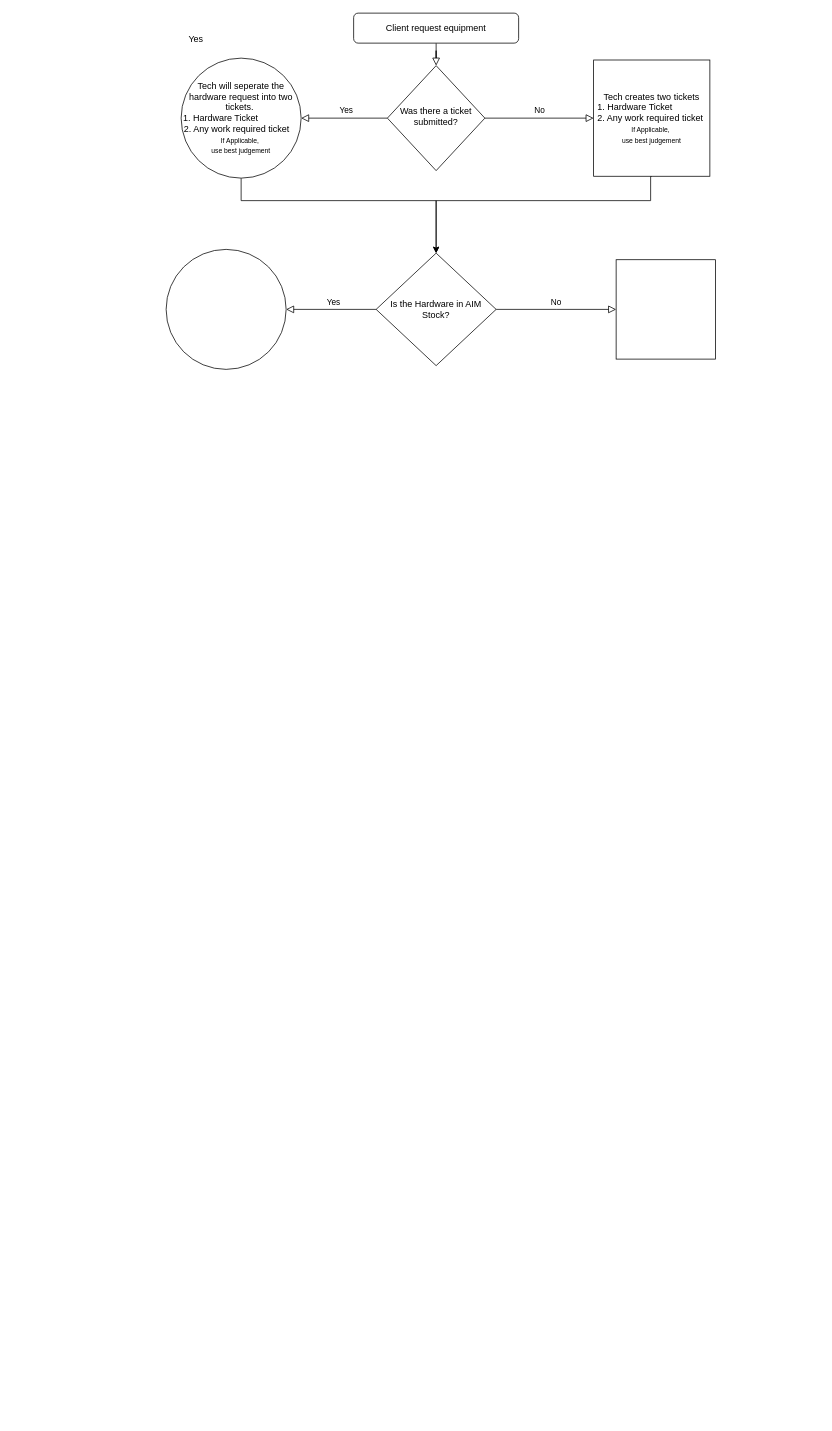
This is snipeflow.drawio from TribAdris/snipeflow, a draw.io file, before an edit. Source tidied: cells renumbered, new cells numbered last; positions are measured from the earlier drawing's top-left corner, leaving out a move shared by most shapes. Both pictures are drawn from the tidied source at 75%, with x=0, y=0 at pixel (166, 13).
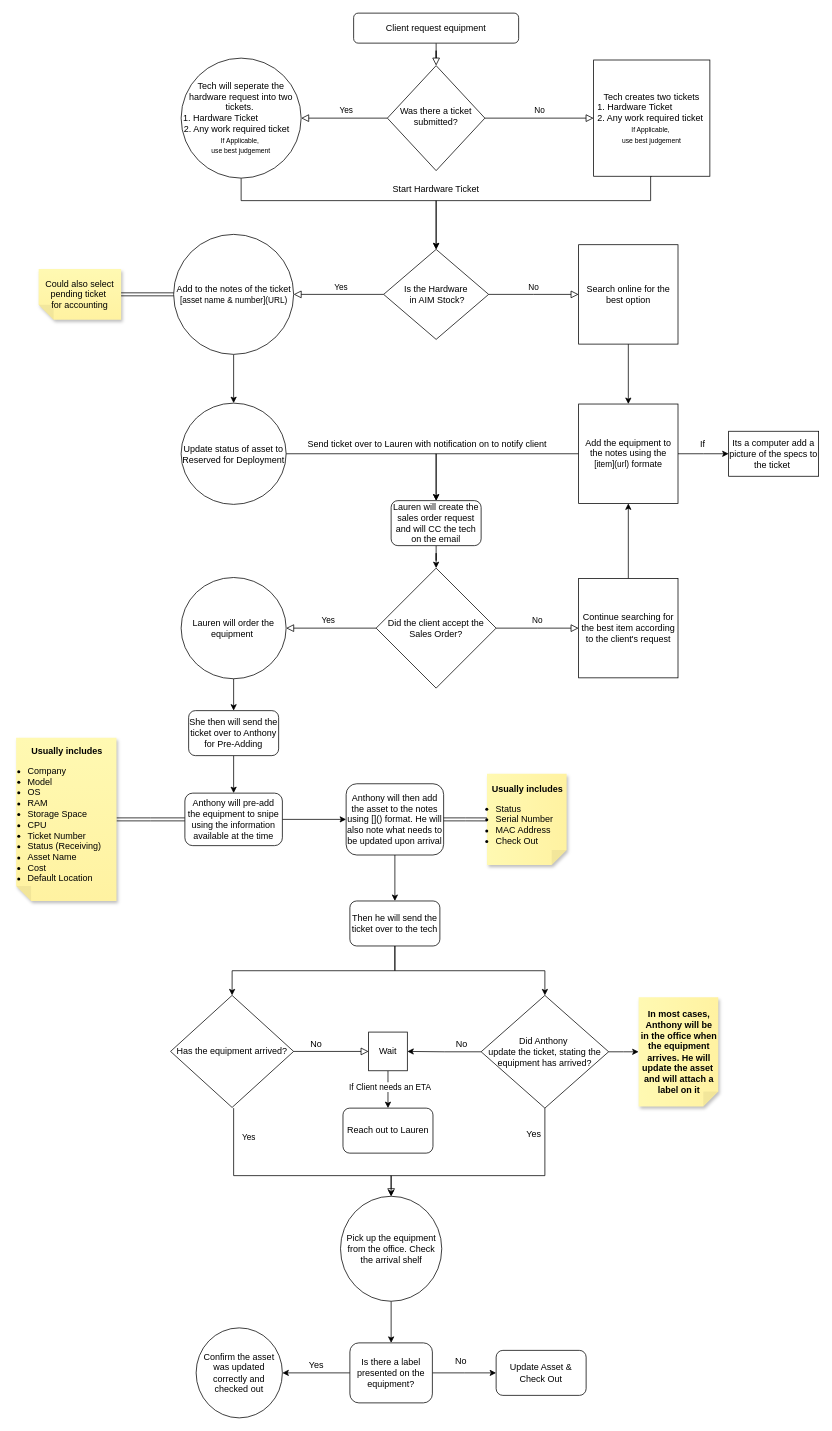
After the change.

Change to the diagram source:
```diff
@@
-    <mxCell id="7" value="Yes" style="text;strokeColor=none;align=center;fillColor=none;html=1;verticalAlign=middle;whiteSpace=wrap;rounded=0;" parent="1" vertex="1">
-      <mxGeometry x="10" y="20" width="60" height="30" as="geometry" />
-    </mxCell>
@@
-    <mxCell id="12" value="Is the Hardware in AIM Stock?" style="rhombus;whiteSpace=wrap;html=1;" parent="1" vertex="1">
-      <mxGeometry x="280" y="320" width="160" height="150" as="geometry" />
+    <mxCell id="12" value="Is the Hardware&lt;div&gt;&amp;nbsp;in AIM Stock?&lt;/div&gt;" style="rhombus;whiteSpace=wrap;html=1;" parent="1" vertex="1">
+      <mxGeometry x="290" y="315" width="140" height="120" as="geometry" />
     </mxCell>
@@
+    <mxCell id="17" style="edgeStyle=orthogonalEdgeStyle;rounded=0;jettySize=auto;html=1;" parent="1" edge="1" source="15" target="21">
+      <mxGeometry relative="1" as="geometry" />
+    </mxCell>
-    <mxCell id="15" style="ellipse;whiteSpace=wrap;html=1;" parent="1" vertex="1">
-      <mxGeometry y="315" width="160" height="160" as="geometry" />
+    <mxCell id="15" value="Add to the notes of the ticket&lt;br&gt;&lt;font style=&quot;font-size: 11px;&quot;&gt;[asset name &amp;amp; number](URL)&lt;/font&gt;" style="ellipse;whiteSpace=wrap;html=1;spacingLeft=1;spacingRight=0;" parent="1" vertex="1">
+      <mxGeometry x="10" y="295" width="160" height="160" as="geometry" />
     </mxCell>
+    <mxCell id="18" style="edgeStyle=orthogonalEdgeStyle;rounded=0;jettySize=auto;html=1;" parent="1" edge="1" source="16" target="24">
+      <mxGeometry relative="1" as="geometry" />
+    </mxCell>
-    <mxCell id="16" style="whiteSpace=wrap;html=1;" parent="1" vertex="1">
-      <mxGeometry x="600" y="328.8" width="132.5" height="132.5" as="geometry" />
+    <mxCell id="16" value="Search online for the best option" style="whiteSpace=wrap;html=1;" parent="1" vertex="1">
+      <mxGeometry x="550" y="308.8" width="132.5" height="132.5" as="geometry" />
     </mxCell>
+    <mxCell id="19" value="Start Hardware Ticket" style="text;strokeColor=none;align=center;fillColor=none;html=1;verticalAlign=middle;whiteSpace=wrap;rounded=0;" parent="1" vertex="1">
+      <mxGeometry x="288" y="220" width="144" height="30" as="geometry" />
+    </mxCell>
+    <mxCell id="20" style="edgeStyle=orthogonalEdgeStyle;rounded=0;jettySize=auto;html=1;entryX=0.5;entryY=0;entryDx=0;entryDy=0;" parent="1" edge="1" source="21" target="31">
+      <mxGeometry relative="1" as="geometry" />
+    </mxCell>
+    <mxCell id="21" value="Update status of asset to&lt;br&gt;Reserved for Deployment" style="ellipse;whiteSpace=wrap;html=1;" parent="1" vertex="1">
+      <mxGeometry x="20" y="520" width="140" height="135" as="geometry" />
+    </mxCell>
+    <mxCell id="22" style="edgeStyle=orthogonalEdgeStyle;rounded=0;jettySize=auto;html=1;" parent="1" edge="1" source="24" target="25">
+      <mxGeometry relative="1" as="geometry" />
+    </mxCell>
+    <mxCell id="23" style="edgeStyle=orthogonalEdgeStyle;rounded=0;jettySize=auto;html=1;entryX=0.5;entryY=0;entryDx=0;entryDy=0;" parent="1" edge="1" source="24" target="31">
+      <mxGeometry relative="1" as="geometry" />
+    </mxCell>
+    <mxCell id="24" value="Add the equipment to the notes using the &lt;font style=&quot;font-size: 11px;&quot;&gt;[item](url)&lt;/font&gt; formate" style="whiteSpace=wrap;html=1;" parent="1" vertex="1">
+      <mxGeometry x="550" y="521.2" width="132.5" height="132.5" as="geometry" />
+    </mxCell>
+    <mxCell id="25" value="Its a computer add a picture of the specs to the ticket&amp;nbsp;" style="whiteSpace=wrap;html=1;" parent="1" vertex="1">
+      <mxGeometry x="750" y="557.5" width="120" height="60" as="geometry" />
+    </mxCell>
+    <mxCell id="26" value="If" style="text;html=1;align=center;verticalAlign=middle;strokeColor=none;fillColor=none;" parent="1" vertex="1">
+      <mxGeometry x="700" y="560" width="30" height="30" as="geometry" />
+    </mxCell>
+    <mxCell id="27" value="Could also select pending ticket&amp;nbsp;&lt;div&gt;for accounting&lt;/div&gt;" style="shape=note;whiteSpace=wrap;html=1;backgroundOutline=1;fontColor=#000000;darkOpacity=0.05;fillColor=#FFF9B2;strokeColor=none;fillStyle=solid;direction=west;gradientDirection=north;gradientColor=#FFF2A1;shadow=1;size=20;" parent="1" vertex="1">
+      <mxGeometry x="-170" y="341.2" width="110" height="67.5" as="geometry" />
+    </mxCell>
+    <mxCell id="28" style="edgeStyle=orthogonalEdgeStyle;rounded=0;jettySize=auto;html=1;entryX=0;entryY=0.5;entryDx=0;entryDy=0;entryPerimeter=0;shape=link;" parent="1" edge="1" source="15" target="27">
+      <mxGeometry relative="1" as="geometry" />
+    </mxCell>
+    <mxCell id="29" value="Send ticket over to Lauren with notification on to notify client&amp;nbsp;" style="text;strokeColor=none;align=center;fillColor=none;html=1;verticalAlign=middle;whiteSpace=wrap;rounded=0;" parent="1" vertex="1">
+      <mxGeometry x="150" y="560" width="400" height="30" as="geometry" />
+    </mxCell>
+    <mxCell id="30" style="edgeStyle=orthogonalEdgeStyle;rounded=0;jettySize=auto;html=1;entryX=0.5;entryY=0;entryDx=0;entryDy=0;" parent="1" edge="1" source="31" target="32">
+      <mxGeometry relative="1" as="geometry" />
+    </mxCell>
+    <mxCell id="31" value="Lauren will create the sales order request and will CC the tech on the email" style="rounded=1;whiteSpace=wrap;html=1;" parent="1" vertex="1">
+      <mxGeometry x="300" y="650" width="120" height="60" as="geometry" />
+    </mxCell>
+    <mxCell id="32" value="Did the client accept the Sales Order?" style="rhombus;whiteSpace=wrap;html=1;" parent="1" vertex="1">
+      <mxGeometry x="280" y="740" width="160" height="160" as="geometry" />
+    </mxCell>
+    <mxCell id="33" value="Yes" style="rounded=0;html=1;jettySize=auto;fontSize=11;endArrow=block;endFill=0;endSize=8;strokeWidth=1;shadow=0;labelBackgroundColor=none;edgeStyle=orthogonalEdgeStyle;exitX=0;exitY=0.5;exitDx=0;exitDy=0;entryX=1;entryY=0.5;entryDx=0;entryDy=0;" parent="1" edge="1" source="32" target="36">
+      <mxGeometry x="0.06" y="-10" relative="1" as="geometry" />
+    </mxCell>
+    <mxCell id="34" value="No" style="edgeStyle=orthogonalEdgeStyle;rounded=0;html=1;jettySize=auto;fontSize=11;endArrow=block;endFill=0;endSize=8;strokeWidth=1;shadow=0;labelBackgroundColor=none;exitX=1;exitY=0.5;exitDx=0;exitDy=0;entryX=0;entryY=0.5;entryDx=0;entryDy=0;" parent="1" edge="1" source="32" target="38">
+      <mxGeometry y="10" relative="1" as="geometry" />
+    </mxCell>
+    <mxCell id="35" style="edgeStyle=orthogonalEdgeStyle;rounded=0;jettySize=auto;html=1;entryX=0.5;entryY=0;entryDx=0;entryDy=0;" parent="1" edge="1" source="36" target="40">
+      <mxGeometry relative="1" as="geometry" />
+    </mxCell>
+    <mxCell id="36" value="Lauren will order the equipment&amp;nbsp;" style="ellipse;whiteSpace=wrap;html=1;" parent="1" vertex="1">
+      <mxGeometry x="20" y="752.5" width="140" height="135" as="geometry" />
+    </mxCell>
+    <mxCell id="37" style="edgeStyle=orthogonalEdgeStyle;rounded=0;jettySize=auto;html=1;" parent="1" edge="1" source="38" target="24">
+      <mxGeometry relative="1" as="geometry" />
+    </mxCell>
+    <mxCell id="38" value="Continue searching for the best item according to the client's request" style="whiteSpace=wrap;html=1;" parent="1" vertex="1">
+      <mxGeometry x="550" y="753.8" width="132.5" height="132.5" as="geometry" />
+    </mxCell>
+    <mxCell id="39" style="edgeStyle=orthogonalEdgeStyle;rounded=0;jettySize=auto;html=1;" parent="1" edge="1" source="40" target="43">
+      <mxGeometry relative="1" as="geometry" />
+    </mxCell>
+    <mxCell id="40" value="She then will send the ticket over to Anthony for Pre-Adding" style="rounded=1;whiteSpace=wrap;html=1;" parent="1" vertex="1">
+      <mxGeometry x="30" y="930" width="120" height="60" as="geometry" />
+    </mxCell>
+    <mxCell id="41" style="edgeStyle=orthogonalEdgeStyle;rounded=0;jettySize=auto;html=1;shape=link;" parent="1" edge="1" source="43" target="44">
+      <mxGeometry relative="1" as="geometry" />
+    </mxCell>
+    <mxCell id="42" style="edgeStyle=orthogonalEdgeStyle;rounded=0;jettySize=auto;html=1;" parent="1" edge="1" source="43" target="46">
+      <mxGeometry relative="1" as="geometry" />
+    </mxCell>
+    <mxCell id="43" value="Anthony will pre-add the equipment to snipe using the information available at the time" style="whiteSpace=wrap;html=1;rounded=1;" parent="1" vertex="1">
+      <mxGeometry x="25" y="1040" width="130" height="70" as="geometry" />
+    </mxCell>
+    <mxCell id="44" value="&lt;b&gt;Usually includes&lt;br&gt;&lt;/b&gt;&lt;ul style=&quot;margin-left: -45px; margin-right: -20px;&quot;&gt;&lt;li style=&quot;text-align: left;&quot;&gt;Company&lt;br&gt;&lt;/li&gt;&lt;li style=&quot;text-align: left;&quot;&gt;Model&lt;/li&gt;&lt;li style=&quot;text-align: left;&quot;&gt;OS&lt;/li&gt;&lt;li style=&quot;text-align: left;&quot;&gt;RAM&lt;/li&gt;&lt;li style=&quot;text-align: left;&quot;&gt;Storage Space&lt;br&gt;&lt;/li&gt;&lt;li style=&quot;text-align: left;&quot;&gt;CPU&lt;/li&gt;&lt;li style=&quot;text-align: left;&quot;&gt;Ticket Number&lt;/li&gt;&lt;li style=&quot;text-align: left;&quot;&gt;Status (Receiving)&lt;/li&gt;&lt;li style=&quot;text-align: left;&quot;&gt;Asset Name&lt;/li&gt;&lt;li style=&quot;text-align: left;&quot;&gt;Cost&lt;/li&gt;&lt;li style=&quot;text-align: left;&quot;&gt;Default Location&lt;/li&gt;&lt;/ul&gt;" style="shape=note;whiteSpace=wrap;html=1;backgroundOutline=1;fontColor=#000000;darkOpacity=0.05;fillColor=#FFF9B2;strokeColor=none;fillStyle=solid;direction=west;gradientDirection=north;gradientColor=#FFF2A1;shadow=1;size=20;spacingLeft=2;" parent="1" vertex="1">
+      <mxGeometry x="-200" y="966.2" width="133.8" height="217.5" as="geometry" />
+    </mxCell>
+    <mxCell id="45" style="edgeStyle=orthogonalEdgeStyle;rounded=0;jettySize=auto;html=1;" parent="1" edge="1" source="46" target="51">
+      <mxGeometry relative="1" as="geometry" />
+    </mxCell>
+    <mxCell id="46" value="Anthony will then add the asset to the notes using []() format. He will also note what needs to be updated upon arrival" style="whiteSpace=wrap;html=1;rounded=1;" parent="1" vertex="1">
+      <mxGeometry x="240" y="1027.5" width="130" height="95" as="geometry" />
+    </mxCell>
+    <mxCell id="47" value="&lt;b&gt;Usually includes&lt;br&gt;&lt;/b&gt;&lt;ul style=&quot;margin-left: -35px; margin-right: -20px;&quot;&gt;&lt;li style=&quot;text-align: left;&quot;&gt;Status&lt;br&gt;&lt;/li&gt;&lt;li style=&quot;text-align: left;&quot;&gt;Serial Number&lt;/li&gt;&lt;li style=&quot;text-align: left;&quot;&gt;MAC Address&lt;/li&gt;&lt;li style=&quot;text-align: left;&quot;&gt;Check Out&amp;nbsp;&lt;br&gt;&lt;/li&gt;&lt;/ul&gt;" style="shape=note;whiteSpace=wrap;html=1;backgroundOutline=1;fontColor=#000000;darkOpacity=0.05;fillColor=#FFF9B2;strokeColor=none;fillStyle=solid;direction=south;gradientDirection=north;gradientColor=#FFF2A1;shadow=1;size=20;spacingLeft=2;" parent="1" vertex="1">
+      <mxGeometry x="427.8" y="1014.1" width="106.2" height="121.9" as="geometry" />
+    </mxCell>
+    <mxCell id="48" style="edgeStyle=orthogonalEdgeStyle;rounded=0;jettySize=auto;html=1;entryX=0.5;entryY=1;entryDx=0;entryDy=0;entryPerimeter=0;shape=link;" parent="1" edge="1" source="46" target="47">
+      <mxGeometry relative="1" as="geometry" />
+    </mxCell>
+    <mxCell id="49" style="edgeStyle=orthogonalEdgeStyle;rounded=0;jettySize=auto;html=1;entryX=0;entryY=0.5;entryDx=0;entryDy=0;exitX=0.5;exitY=1;exitDx=0;exitDy=0;" parent="1" edge="1" source="51" target="52">
+      <mxGeometry relative="1" as="geometry" />
+    </mxCell>
+    <mxCell id="50" style="edgeStyle=orthogonalEdgeStyle;rounded=0;jettySize=auto;html=1;exitX=0.5;exitY=1;exitDx=0;exitDy=0;entryX=1;entryY=0.5;entryDx=0;entryDy=0;" parent="1" edge="1" source="51" target="60">
+      <mxGeometry relative="1" as="geometry" />
+    </mxCell>
+    <mxCell id="51" value="Then he will send the ticket over to the tech" style="whiteSpace=wrap;html=1;rounded=1;" parent="1" vertex="1">
+      <mxGeometry x="245" y="1183.8" width="120" height="60" as="geometry" />
+    </mxCell>
+    <mxCell id="52" value="Has the equipment arrived?" style="rhombus;whiteSpace=wrap;html=1;direction=south;" parent="1" vertex="1">
+      <mxGeometry x="5.9" y="1309.7" width="164.1" height="149.4" as="geometry" />
+    </mxCell>
+    <mxCell id="53" value="Yes" style="rounded=0;html=1;jettySize=auto;fontSize=11;endArrow=block;endFill=0;endSize=8;strokeWidth=1;shadow=0;labelBackgroundColor=none;edgeStyle=orthogonalEdgeStyle;entryX=0;entryY=0.5;entryDx=0;entryDy=0;" parent="1" edge="1" target="62">
+      <mxGeometry x="-0.76" y="20" relative="1" as="geometry">
+        <mxPoint x="90" y="1460" as="sourcePoint" />
+        <Array as="points">
+          <mxPoint x="90" y="1550" />
+          <mxPoint x="300" y="1550" />
+        </Array>
+      </mxGeometry>
+    </mxCell>
+    <mxCell id="54" style="edgeStyle=orthogonalEdgeStyle;rounded=0;html=1;jettySize=auto;fontSize=11;endArrow=block;endFill=0;endSize=8;strokeWidth=1;shadow=0;labelBackgroundColor=none;exitX=0.5;exitY=0;exitDx=0;exitDy=0;entryX=0;entryY=0.5;entryDx=0;entryDy=0;" parent="1" edge="1" source="52" target="57">
+      <mxGeometry y="10" relative="1" as="geometry" />
+    </mxCell>
+    <mxCell id="55" style="edgeStyle=orthogonalEdgeStyle;rounded=0;jettySize=auto;html=1;entryX=0.5;entryY=0;entryDx=0;entryDy=0;" parent="1" edge="1" source="57" target="68">
+      <mxGeometry relative="1" as="geometry" />
+    </mxCell>
+    <mxCell id="56" value="If Client needs an ETA&amp;nbsp;" style="edgeLabel;html=1;align=center;verticalAlign=middle;" parent="55" vertex="1">
+      <mxGeometry x="-0.14" y="3" relative="1" as="geometry">
+        <mxPoint x="1" as="offset" />
+      </mxGeometry>
+    </mxCell>
+    <mxCell id="57" value="Wait" style="whiteSpace=wrap;html=1;" parent="1" vertex="1">
+      <mxGeometry x="270" y="1358.6" width="51.6" height="51.6" as="geometry" />
+    </mxCell>
+    <mxCell id="58" style="edgeStyle=orthogonalEdgeStyle;rounded=0;jettySize=auto;html=1;entryX=0;entryY=0.5;entryDx=0;entryDy=0;" parent="1" edge="1" source="60" target="62">
+      <mxGeometry relative="1" as="geometry">
+        <Array as="points">
+          <mxPoint x="505" y="1550" />
+          <mxPoint x="300" y="1550" />
+        </Array>
+      </mxGeometry>
+    </mxCell>
+    <mxCell id="59" style="edgeStyle=orthogonalEdgeStyle;rounded=0;jettySize=auto;html=1;entryX=1;entryY=0.5;entryDx=0;entryDy=0;" parent="1" edge="1" source="60" target="57">
+      <mxGeometry relative="1" as="geometry" />
+    </mxCell>
+    <mxCell id="60" value="Did Anthony&amp;nbsp;&lt;div&gt;update the ticket, stating the equipment has arrived?&lt;/div&gt;" style="rhombus;whiteSpace=wrap;html=1;direction=north;" parent="1" vertex="1">
+      <mxGeometry x="420" y="1309.7" width="170" height="150.3" as="geometry" />
+    </mxCell>
+    <mxCell id="61" style="edgeStyle=orthogonalEdgeStyle;rounded=0;jettySize=auto;html=1;" parent="1" edge="1" source="62" target="71">
+      <mxGeometry relative="1" as="geometry" />
+    </mxCell>
+    <mxCell id="62" value="Pick up the equipment from the office. Check the arrival shelf" style="ellipse;whiteSpace=wrap;html=1;direction=south;" parent="1" vertex="1">
+      <mxGeometry x="232.5" y="1577.5" width="135" height="140" as="geometry" />
+    </mxCell>
+    <mxCell id="63" value="Yes" style="text;html=1;align=center;verticalAlign=middle;strokeColor=none;fillColor=none;" parent="1" vertex="1">
+      <mxGeometry x="470" y="1480" width="40" height="30" as="geometry" />
+    </mxCell>
+    <mxCell id="64" value="No" style="text;html=1;align=center;verticalAlign=middle;strokeColor=none;fillColor=none;" parent="1" vertex="1">
+      <mxGeometry x="373.5" y="1360" width="40" height="30" as="geometry" />
+    </mxCell>
+    <mxCell id="65" value="No" style="text;html=1;align=center;verticalAlign=middle;strokeColor=none;fillColor=none;" parent="1" vertex="1">
+      <mxGeometry x="180" y="1360" width="40" height="30" as="geometry" />
+    </mxCell>
+    <mxCell id="66" value="&lt;b&gt;In most cases, Anthony will be in the office when the equipment arrives. He will update the asset&amp;nbsp; and will attach a label on it&lt;/b&gt;" style="shape=note;whiteSpace=wrap;html=1;backgroundOutline=1;fontColor=#000000;darkOpacity=0.05;fillColor=#FFF9B2;strokeColor=none;fillStyle=solid;direction=south;gradientDirection=north;gradientColor=#FFF2A1;shadow=1;size=20;spacingLeft=2;" parent="1" vertex="1">
+      <mxGeometry x="630" y="1312" width="106.2" height="145.8" as="geometry" />
+    </mxCell>
+    <mxCell id="67" style="edgeStyle=orthogonalEdgeStyle;rounded=0;jettySize=auto;html=1;entryX=0.5;entryY=1;entryDx=0;entryDy=0;entryPerimeter=0;" parent="1" edge="1" source="60" target="66">
+      <mxGeometry relative="1" as="geometry" />
+    </mxCell>
+    <mxCell id="68" value="Reach out to Lauren" style="whiteSpace=wrap;html=1;rounded=1;" parent="1" vertex="1">
+      <mxGeometry x="235.8" y="1460" width="120" height="60" as="geometry" />
+    </mxCell>
+    <mxCell id="69" style="edgeStyle=orthogonalEdgeStyle;rounded=0;jettySize=auto;html=1;" parent="1" edge="1" source="71">
+      <mxGeometry relative="1" as="geometry">
+        <mxPoint x="440" y="1813" as="targetPoint" />
+      </mxGeometry>
+    </mxCell>
+    <mxCell id="70" style="edgeStyle=orthogonalEdgeStyle;rounded=0;jettySize=auto;html=1;" parent="1" edge="1" source="71" target="74">
+      <mxGeometry relative="1" as="geometry" />
+    </mxCell>
+    <mxCell id="71" value="Is there a label presented on the equipment?" style="rounded=1;whiteSpace=wrap;html=1;" parent="1" vertex="1">
+      <mxGeometry x="245" y="1773" width="110" height="80" as="geometry" />
+    </mxCell>
+    <mxCell id="72" value="No" style="text;html=1;align=center;verticalAlign=middle;strokeColor=none;fillColor=none;" parent="1" vertex="1">
+      <mxGeometry x="373" y="1783" width="40" height="30" as="geometry" />
+    </mxCell>
+    <mxCell id="73" value="Update Asset &amp;amp; Check Out" style="whiteSpace=wrap;html=1;rounded=1;" parent="1" vertex="1">
+      <mxGeometry x="440" y="1783" width="120" height="60" as="geometry" />
+    </mxCell>
+    <mxCell id="74" value="Confirm the asset was updated correctly and checked out" style="ellipse;whiteSpace=wrap;html=1;rounded=1;" parent="1" vertex="1">
+      <mxGeometry x="40" y="1753" width="115" height="120" as="geometry" />
+    </mxCell>
+    <mxCell id="75" value="Yes" style="text;html=1;align=center;verticalAlign=middle;strokeColor=none;fillColor=none;" parent="1" vertex="1">
+      <mxGeometry x="180" y="1788" width="40" height="30" as="geometry" />
+    </mxCell>
```
